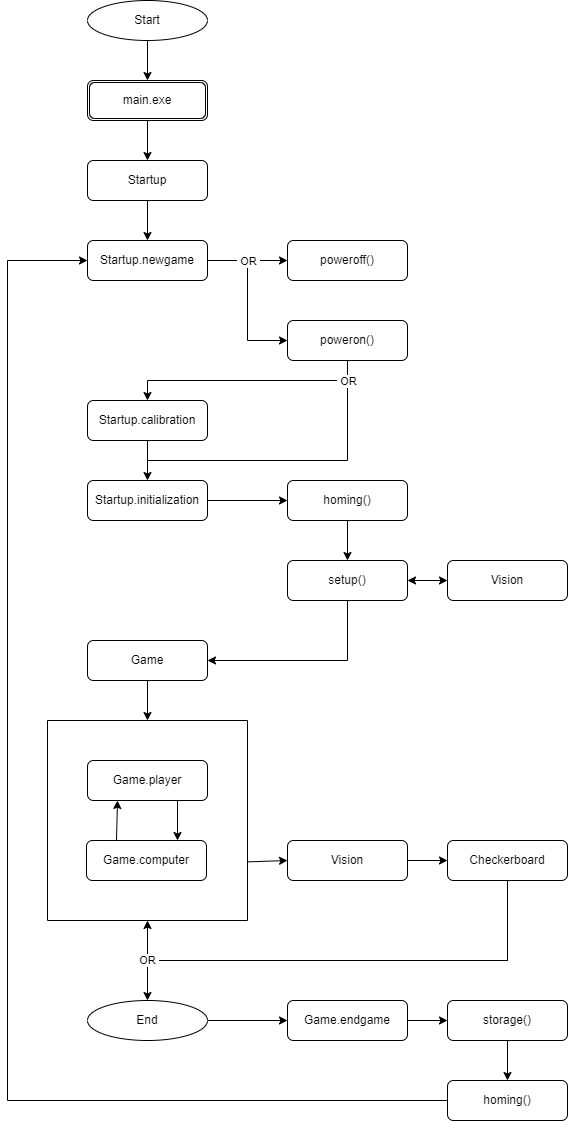
Above: flowchart_diagram_program_checkerboard.drawio.png in joriszuretti/python (draw.io), before the change. Source tidied: cells renumbered, new cells last; positions are measured from the earlier drawing's top-left corner, leaving out a move shared by most shapes.
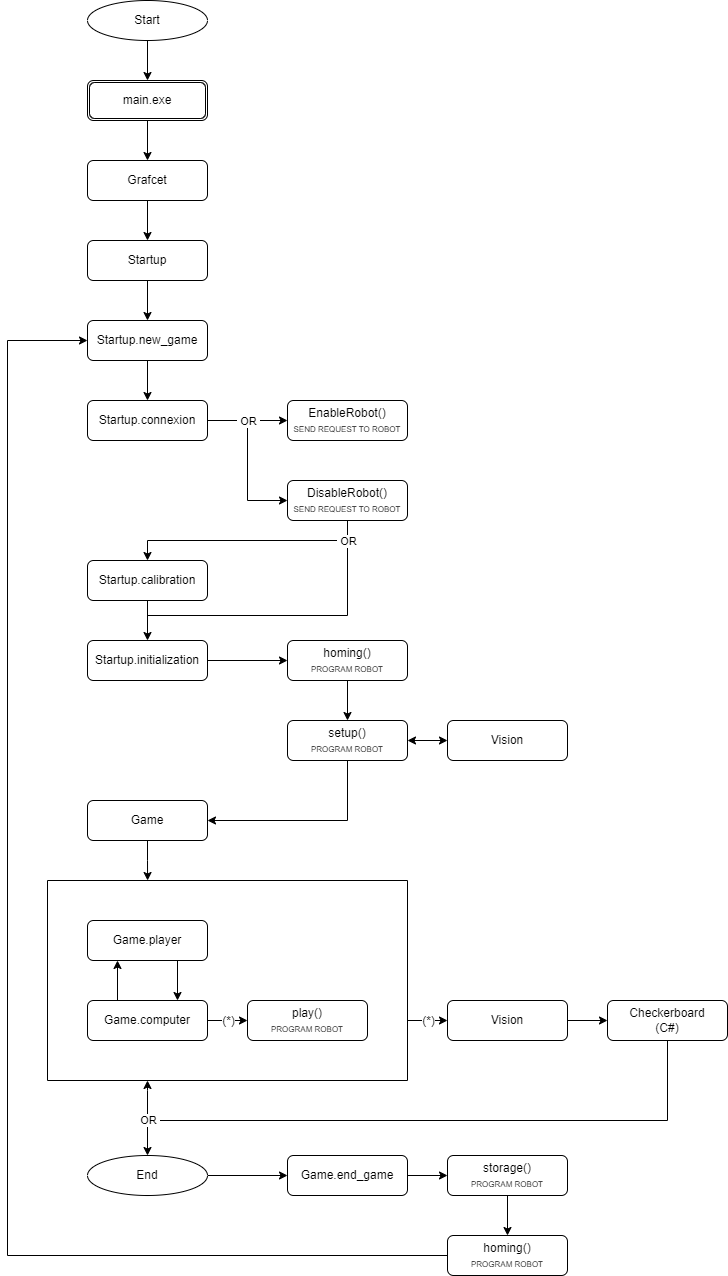
Later version of the same file.

What changed in the source:
```diff
@@ -4,10 +4,2 @@
     <mxCell id="1" parent="0" />
-    <mxCell id="2" style="edgeStyle=orthogonalEdgeStyle;rounded=0;jettySize=auto;html=1;exitX=0.5;exitY=1;exitDx=0;exitDy=0;entryX=0.5;entryY=0;entryDx=0;entryDy=0;endArrow=classic;endFill=1;" parent="1" edge="1" source="3">
-      <mxGeometry relative="1" as="geometry">
-        <mxPoint x="140" y="80" as="targetPoint" />
-      </mxGeometry>
-    </mxCell>
-    <mxCell id="3" value="Start" style="ellipse;whiteSpace=wrap;html=1;" parent="1" vertex="1">
-      <mxGeometry x="80" width="120" height="40" as="geometry" />
-    </mxCell>
     <mxCell id="4" style="edgeStyle=orthogonalEdgeStyle;rounded=0;jettySize=auto;html=1;exitX=0.5;exitY=1;exitDx=0;exitDy=0;entryX=0.5;entryY=0;entryDx=0;entryDy=0;endArrow=classic;endFill=1;" parent="1" edge="1" source="5" target="11">
@@ -18,12 +10,11 @@
     </mxCell>
-    <mxCell id="6" style="edgeStyle=orthogonalEdgeStyle;rounded=0;jettySize=auto;html=1;exitX=0.5;exitY=1;exitDx=0;exitDy=0;entryX=0.5;entryY=0;entryDx=0;entryDy=0;endArrow=classic;endFill=1;" parent="1" edge="1" source="7" target="5">
-      <mxGeometry relative="1" as="geometry" />
+    <mxCell id="6" style="edgeStyle=orthogonalEdgeStyle;rounded=0;jettySize=auto;html=1;exitX=0.5;exitY=1;exitDx=0;exitDy=0;entryX=0.5;entryY=0;entryDx=0;entryDy=0;endArrow=classic;endFill=1;" parent="1" edge="1" target="5">
+      <mxGeometry relative="1" as="geometry">
+        <mxPoint x="140" y="120" as="sourcePoint" />
+      </mxGeometry>
     </mxCell>
-    <mxCell id="7" value="main.exe" style="shape=ext;double=1;rounded=1;whiteSpace=wrap;html=1;" parent="1" vertex="1">
-      <mxGeometry x="80" y="80" width="120" height="40" as="geometry" />
-    </mxCell>
-    <mxCell id="8" style="edgeStyle=orthogonalEdgeStyle;rounded=0;jettySize=auto;html=1;exitX=1;exitY=0.5;exitDx=0;exitDy=0;entryX=0;entryY=0.5;entryDx=0;entryDy=0;endArrow=classic;endFill=1;" parent="1" edge="1" source="11" target="45">
+    <mxCell id="8" style="edgeStyle=orthogonalEdgeStyle;rounded=0;jettySize=auto;html=1;exitX=1;exitY=0.5;exitDx=0;exitDy=0;entryX=0;entryY=0.5;entryDx=0;entryDy=0;endArrow=classic;endFill=1;" parent="1" edge="1" source="55" target="45">
       <mxGeometry relative="1" as="geometry" />
     </mxCell>
-    <mxCell id="9" style="edgeStyle=orthogonalEdgeStyle;rounded=0;jettySize=auto;html=1;exitX=1;exitY=0.5;exitDx=0;exitDy=0;entryX=0;entryY=0.5;entryDx=0;entryDy=0;endArrow=classic;endFill=1;" parent="1" edge="1" source="11" target="49">
+    <mxCell id="9" style="edgeStyle=orthogonalEdgeStyle;rounded=0;jettySize=auto;html=1;exitX=1;exitY=0.5;exitDx=0;exitDy=0;entryX=0;entryY=0.5;entryDx=0;entryDy=0;endArrow=classic;endFill=1;" parent="1" edge="1" source="55" target="49">
       <mxGeometry relative="1" as="geometry" />
@@ -33,3 +24,3 @@
     </mxCell>
-    <mxCell id="11" value="Startup.newgame" style="rounded=1;whiteSpace=wrap;html=1;fontSize=12;glass=0;strokeWidth=1;shadow=0;" parent="1" vertex="1">
+    <mxCell id="11" value="Startup.new_game" style="rounded=1;whiteSpace=wrap;html=1;fontSize=12;glass=0;strokeWidth=1;shadow=0;" parent="1" vertex="1">
       <mxGeometry x="80" y="240" width="120" height="40" as="geometry" />
@@ -40,6 +31,6 @@
     <mxCell id="13" value="Startup.initialization" style="rounded=1;whiteSpace=wrap;html=1;fontSize=12;glass=0;strokeWidth=1;shadow=0;" parent="1" vertex="1">
-      <mxGeometry x="80" y="480" width="120" height="40" as="geometry" />
+      <mxGeometry x="80" y="560" width="120" height="40" as="geometry" />
     </mxCell>
     <mxCell id="14" value="Vision" style="rounded=1;whiteSpace=wrap;html=1;fontSize=12;glass=0;strokeWidth=1;shadow=0;" parent="1" vertex="1">
-      <mxGeometry x="440" y="560" width="120" height="40" as="geometry" />
+      <mxGeometry x="440" y="640" width="120" height="40" as="geometry" />
     </mxCell>
@@ -49,37 +40,43 @@
     <mxCell id="16" value="Startup.calibration" style="rounded=1;whiteSpace=wrap;html=1;fontSize=12;glass=0;strokeWidth=1;shadow=0;" parent="1" vertex="1">
-      <mxGeometry x="80" y="400" width="120" height="40" as="geometry" />
+      <mxGeometry x="80" y="480" width="120" height="40" as="geometry" />
     </mxCell>
-    <mxCell id="17" style="edgeStyle=orthogonalEdgeStyle;rounded=0;jettySize=auto;html=1;exitX=0.5;exitY=1;exitDx=0;exitDy=0;entryX=0.5;entryY=0;entryDx=0;entryDy=0;endArrow=classic;endFill=1;" parent="1" edge="1" source="18">
-      <mxGeometry relative="1" as="geometry">
-        <mxPoint x="140" y="720" as="targetPoint" />
-      </mxGeometry>
+    <mxCell id="17" style="edgeStyle=orthogonalEdgeStyle;rounded=0;jettySize=auto;html=1;exitX=0.5;exitY=1;exitDx=0;exitDy=0;entryX=0.278;entryY=0;entryDx=0;entryDy=0;endArrow=classic;endFill=1;entryPerimeter=0;" parent="1" edge="1" source="18" target="35">
+      <mxGeometry relative="1" as="geometry" />
     </mxCell>
     <mxCell id="18" value="Game" style="rounded=1;whiteSpace=wrap;html=1;fontSize=12;glass=0;strokeWidth=1;shadow=0;" parent="1" vertex="1">
-      <mxGeometry x="80" y="640" width="120" height="40" as="geometry" />
+      <mxGeometry x="80" y="720" width="120" height="40" as="geometry" />
     </mxCell>
-    <mxCell id="19" style="edgeStyle=orthogonalEdgeStyle;rounded=0;jettySize=auto;html=1;exitX=0.75;exitY=1;exitDx=0;exitDy=0;endArrow=classic;endFill=1;" parent="1" edge="1" source="20">
-      <mxGeometry relative="1" as="geometry">
-        <mxPoint x="170" y="840" as="targetPoint" />
-      </mxGeometry>
+    <mxCell id="19" style="edgeStyle=orthogonalEdgeStyle;rounded=0;jettySize=auto;html=1;exitX=0.75;exitY=1;exitDx=0;exitDy=0;endArrow=classic;endFill=1;entryX=0.75;entryY=0;entryDx=0;entryDy=0;" parent="1" edge="1" source="20" target="23">
+      <mxGeometry relative="1" as="geometry" />
     </mxCell>
     <mxCell id="20" value="Game.player" style="rounded=1;whiteSpace=wrap;html=1;fontSize=12;glass=0;strokeWidth=1;shadow=0;" parent="1" vertex="1">
-      <mxGeometry x="80" y="760" width="120" height="40" as="geometry" />
+      <mxGeometry x="80" y="840" width="120" height="40" as="geometry" />
     </mxCell>
+    <mxCell id="22" style="edgeStyle=orthogonalEdgeStyle;rounded=0;orthogonalLoop=1;jettySize=auto;html=1;exitX=1;exitY=0.724;exitDx=0;exitDy=0;entryX=0;entryY=0.5;entryDx=0;entryDy=0;endArrow=classic;endFill=1;exitPerimeter=0;" parent="1" edge="1">
+      <mxGeometry relative="1" as="geometry">
+        <mxPoint x="400" y="944.8" as="sourcePoint" />
+        <mxPoint x="440" y="940" as="targetPoint" />
+        <Array as="points">
+          <mxPoint x="400" y="940" />
+        </Array>
+      </mxGeometry>
+    </mxCell>
+    <mxCell id="50" value="(*)" style="edgeLabel;html=1;align=center;verticalAlign=middle;fontSize=12;" parent="22" vertex="1">
+      <mxGeometry x="-0.07" y="-1" relative="1" as="geometry">
+        <mxPoint x="4" y="-1" as="offset" />
+      </mxGeometry>
+    </mxCell>
-    <mxCell id="21" style="edgeStyle=orthogonalEdgeStyle;rounded=0;jettySize=auto;html=1;exitX=0.25;exitY=0;exitDx=0;exitDy=0;entryX=0.25;entryY=1;entryDx=0;entryDy=0;endArrow=classic;endFill=1;" parent="1" edge="1" source="23" target="20">
-      <mxGeometry relative="1" as="geometry">
-        <Array as="points">
-          <mxPoint x="110" y="840" />
-        </Array>
-      </mxGeometry>
+    <mxCell id="21" style="edgeStyle=orthogonalEdgeStyle;rounded=0;jettySize=auto;html=1;exitX=0.25;exitY=0;exitDx=0;exitDy=0;entryX=0.25;entryY=1;entryDx=0;entryDy=0;fontSize=8;" parent="1" edge="1" source="23" target="20">
+      <mxGeometry relative="1" as="geometry" />
     </mxCell>
-    <mxCell id="22" style="edgeStyle=orthogonalEdgeStyle;rounded=0;jettySize=auto;html=1;exitX=1;exitY=0.707;exitDx=0;exitDy=0;entryX=0;entryY=0.5;entryDx=0;entryDy=0;endArrow=classic;endFill=1;exitPerimeter=0;" parent="1" edge="1" target="25">
-      <mxGeometry relative="1" as="geometry">
-        <mxPoint x="240" y="861.4" as="sourcePoint" />
-        <Array as="points">
-          <mxPoint x="240" y="860" />
-        </Array>
-      </mxGeometry>
-    </mxCell>
+    <mxCell id="51" style="edgeStyle=orthogonalEdgeStyle;rounded=0;jettySize=auto;html=1;entryX=0;entryY=0.5;entryDx=0;entryDy=0;fontSize=8;startArrow=none;startFill=0;endArrow=classic;endFill=1;" parent="1" edge="1" source="23" target="54">
+      <mxGeometry relative="1" as="geometry" />
+    </mxCell>
+    <mxCell id="52" value="&lt;font style=&quot;font-size: 12px&quot;&gt;(*)&lt;/font&gt;" style="edgeLabel;html=1;align=center;verticalAlign=middle;fontSize=8;" parent="51" vertex="1">
+      <mxGeometry x="-0.27" relative="1" as="geometry">
+        <mxPoint x="5" as="offset" />
+      </mxGeometry>
+    </mxCell>
     <mxCell id="23" value="Game.computer" style="rounded=1;whiteSpace=wrap;html=1;fontSize=12;glass=0;strokeWidth=1;shadow=0;" parent="1" vertex="1">
-      <mxGeometry x="79" y="840" width="120" height="40" as="geometry" />
+      <mxGeometry x="80" y="920" width="120" height="40" as="geometry" />
     </mxCell>
@@ -89,12 +86,4 @@
     <mxCell id="25" value="Vision" style="rounded=1;whiteSpace=wrap;html=1;fontSize=12;glass=0;strokeWidth=1;shadow=0;" parent="1" vertex="1">
-      <mxGeometry x="280" y="840" width="120" height="40" as="geometry" />
+      <mxGeometry x="440" y="920" width="120" height="40" as="geometry" />
     </mxCell>
-    <mxCell id="26" style="edgeStyle=orthogonalEdgeStyle;rounded=0;jettySize=auto;html=1;exitX=0.5;exitY=1;exitDx=0;exitDy=0;entryX=0.5;entryY=1;entryDx=0;entryDy=0;endArrow=classic;endFill=1;" parent="1" edge="1" source="29" target="35">
-      <mxGeometry relative="1" as="geometry">
-        <Array as="points">
-          <mxPoint x="500" y="960" />
-          <mxPoint x="140" y="960" />
-        </Array>
-      </mxGeometry>
-    </mxCell>
     <mxCell id="27" style="edgeStyle=orthogonalEdgeStyle;rounded=0;jettySize=auto;html=1;exitX=0.5;exitY=1;exitDx=0;exitDy=0;entryX=0.5;entryY=0;entryDx=0;entryDy=0;endArrow=classic;endFill=1;" parent="1" edge="1" source="29" target="38">
@@ -102,4 +91,4 @@
         <Array as="points">
-          <mxPoint x="500" y="960" />
-          <mxPoint x="140" y="960" />
+          <mxPoint x="660" y="1040" />
+          <mxPoint x="140" y="1040" />
         </Array>
@@ -107,9 +96,4 @@
     </mxCell>
-    <mxCell id="28" value="&amp;nbsp;OR&amp;nbsp;" style="edgeLabel;html=1;align=center;verticalAlign=middle;" parent="27" vertex="1">
-      <mxGeometry x="0.83" y="1" relative="1" as="geometry">
-        <mxPoint x="-2" y="-2" as="offset" />
-      </mxGeometry>
-    </mxCell>
-    <mxCell id="29" value="Checkerboard" style="rounded=1;whiteSpace=wrap;html=1;fontSize=12;glass=0;strokeWidth=1;shadow=0;" parent="1" vertex="1">
-      <mxGeometry x="440" y="840" width="120" height="40" as="geometry" />
+    <mxCell id="29" value="Checkerboard&lt;br&gt;(C#)" style="rounded=1;whiteSpace=wrap;html=1;fontSize=12;glass=0;strokeWidth=1;shadow=0;" parent="1" vertex="1">
+      <mxGeometry x="600" y="920" width="120" height="40" as="geometry" />
     </mxCell>
@@ -118,4 +102,4 @@
     </mxCell>
-    <mxCell id="31" value="setup()" style="rounded=1;whiteSpace=wrap;html=1;fontSize=12;glass=0;strokeWidth=1;shadow=0;" parent="1" vertex="1">
-      <mxGeometry x="280" y="560" width="120" height="40" as="geometry" />
+    <mxCell id="31" value="setup()&lt;br&gt;&lt;span style=&quot;font-size: 8px&quot;&gt;PROGRAM ROBOT&lt;/span&gt;" style="rounded=1;whiteSpace=wrap;html=1;fontSize=12;glass=0;strokeWidth=1;shadow=0;" parent="1" vertex="1">
+      <mxGeometry x="280" y="640" width="120" height="40" as="geometry" />
     </mxCell>
@@ -124,4 +108,4 @@
     </mxCell>
-    <mxCell id="33" value="homing()" style="rounded=1;whiteSpace=wrap;html=1;fontSize=12;glass=0;strokeWidth=1;shadow=0;" parent="1" vertex="1">
-      <mxGeometry x="280" y="480" width="120" height="40" as="geometry" />
+    <mxCell id="33" value="homing()&lt;br&gt;&lt;span style=&quot;font-size: 8px&quot;&gt;PROGRAM ROBOT&lt;/span&gt;" style="rounded=1;whiteSpace=wrap;html=1;fontSize=12;glass=0;strokeWidth=1;shadow=0;" parent="1" vertex="1">
+      <mxGeometry x="280" y="560" width="120" height="40" as="geometry" />
     </mxCell>
@@ -130,9 +114,21 @@
     </mxCell>
+    <mxCell id="53" style="edgeStyle=orthogonalEdgeStyle;rounded=0;jettySize=auto;html=1;fontSize=12;startArrow=classic;startFill=1;endArrow=none;endFill=0;" parent="1" edge="1" source="35">
+      <mxGeometry relative="1" as="geometry">
+        <mxPoint x="140" y="1040" as="targetPoint" />
+        <Array as="points">
+          <mxPoint x="140" y="1010" />
+          <mxPoint x="140" y="1010" />
+        </Array>
+      </mxGeometry>
+    </mxCell>
     <mxCell id="35" style="swimlane;startSize=0;" parent="1" vertex="1">
-      <mxGeometry x="40" y="720" width="200" height="200" as="geometry" />
+      <mxGeometry x="40" y="800" width="360" height="200" as="geometry" />
     </mxCell>
+    <mxCell id="54" value="play()&lt;br&gt;&lt;span style=&quot;font-size: 8px&quot;&gt;PROGRAM ROBOT&lt;/span&gt;" style="rounded=1;whiteSpace=wrap;html=1;fontSize=12;glass=0;strokeWidth=1;shadow=0;" parent="35" vertex="1">
+      <mxGeometry x="200" y="120" width="120" height="40" as="geometry" />
+    </mxCell>
     <mxCell id="36" style="edgeStyle=orthogonalEdgeStyle;rounded=0;orthogonalLoop=1;jettySize=auto;html=1;exitX=0.5;exitY=1;exitDx=0;exitDy=0;endArrow=classic;endFill=1;" parent="1" edge="1">
       <mxGeometry relative="1" as="geometry">
-        <mxPoint x="140" y="920" as="sourcePoint" />
-        <mxPoint x="140" y="920" as="targetPoint" />
+        <mxPoint x="140" y="995" as="sourcePoint" />
+        <mxPoint x="140" y="995" as="targetPoint" />
       </mxGeometry>
@@ -143,3 +139,3 @@
     <mxCell id="38" value="End" style="ellipse;whiteSpace=wrap;html=1;" parent="1" vertex="1">
-      <mxGeometry x="80" y="1000" width="120" height="40" as="geometry" />
+      <mxGeometry x="80" y="1075" width="120" height="40" as="geometry" />
     </mxCell>
@@ -148,4 +144,4 @@
     </mxCell>
-    <mxCell id="40" value="storage()" style="rounded=1;whiteSpace=wrap;html=1;fontSize=12;glass=0;strokeWidth=1;shadow=0;" parent="1" vertex="1">
-      <mxGeometry x="440" y="1000" width="120" height="40" as="geometry" />
+    <mxCell id="40" value="storage()&lt;br&gt;&lt;span style=&quot;font-size: 8px&quot;&gt;PROGRAM ROBOT&lt;/span&gt;" style="rounded=1;whiteSpace=wrap;html=1;fontSize=12;glass=0;strokeWidth=1;shadow=0;" parent="1" vertex="1">
+      <mxGeometry x="440" y="1075" width="120" height="40" as="geometry" />
     </mxCell>
@@ -154,3 +150,3 @@
         <Array as="points">
-          <mxPoint y="1100" />
+          <mxPoint y="1175" />
           <mxPoint y="260" />
@@ -159,4 +155,4 @@
     </mxCell>
-    <mxCell id="42" value="homing()" style="rounded=1;whiteSpace=wrap;html=1;fontSize=12;glass=0;strokeWidth=1;shadow=0;" parent="1" vertex="1">
-      <mxGeometry x="440" y="1080" width="120" height="40" as="geometry" />
+    <mxCell id="42" value="homing()&lt;br&gt;&lt;span style=&quot;font-size: 8px&quot;&gt;PROGRAM ROBOT&lt;/span&gt;" style="rounded=1;whiteSpace=wrap;html=1;fontSize=12;glass=0;strokeWidth=1;shadow=0;" parent="1" vertex="1">
+      <mxGeometry x="440" y="1155" width="120" height="40" as="geometry" />
     </mxCell>
@@ -165,16 +161,22 @@
     </mxCell>
-    <mxCell id="44" value="Game.endgame" style="rounded=1;whiteSpace=wrap;html=1;fontSize=12;glass=0;strokeWidth=1;shadow=0;" parent="1" vertex="1">
-      <mxGeometry x="280" y="1000" width="120" height="40" as="geometry" />
+    <mxCell id="44" value="Game.end_game" style="rounded=1;whiteSpace=wrap;html=1;fontSize=12;glass=0;strokeWidth=1;shadow=0;" parent="1" vertex="1">
+      <mxGeometry x="280" y="1075" width="120" height="40" as="geometry" />
     </mxCell>
-    <mxCell id="45" value="poweroff()" style="rounded=1;whiteSpace=wrap;html=1;fontSize=12;glass=0;strokeWidth=1;shadow=0;" parent="1" vertex="1">
-      <mxGeometry x="280" y="240" width="120" height="40" as="geometry" />
+    <mxCell id="45" value="EnableRobot()&lt;br&gt;&lt;font style=&quot;font-size: 8px&quot;&gt;SEND REQUEST TO ROBOT&lt;/font&gt;" style="rounded=1;whiteSpace=wrap;html=1;fontSize=12;glass=0;strokeWidth=1;shadow=0;" parent="1" vertex="1">
+      <mxGeometry x="280" y="320" width="120" height="40" as="geometry" />
     </mxCell>
     <mxCell id="46" style="edgeStyle=orthogonalEdgeStyle;rounded=0;jettySize=auto;html=1;exitX=0.5;exitY=1;exitDx=0;exitDy=0;entryX=0.5;entryY=0;entryDx=0;entryDy=0;endArrow=classic;endFill=1;" parent="1" edge="1" source="49" target="16">
-      <mxGeometry relative="1" as="geometry" />
+      <mxGeometry relative="1" as="geometry">
+        <Array as="points">
+          <mxPoint x="340" y="460" />
+          <mxPoint x="140" y="460" />
+        </Array>
+      </mxGeometry>
     </mxCell>
-    <mxCell id="47" style="edgeStyle=orthogonalEdgeStyle;rounded=0;jettySize=auto;html=1;exitX=0.5;exitY=1;exitDx=0;exitDy=0;endArrow=none;endFill=0;" parent="1" edge="1" source="49">
+    <mxCell id="47" style="edgeStyle=orthogonalEdgeStyle;rounded=0;orthogonalLoop=1;jettySize=auto;html=1;exitX=0.5;exitY=1;exitDx=0;exitDy=0;endArrow=none;endFill=0;" parent="1" edge="1">
       <mxGeometry relative="1" as="geometry">
-        <mxPoint x="140" y="460" as="targetPoint" />
+        <mxPoint x="340" y="435" as="sourcePoint" />
+        <mxPoint x="140" y="535" as="targetPoint" />
         <Array as="points">
-          <mxPoint x="340" y="460" />
+          <mxPoint x="340" y="535" />
         </Array>
@@ -184,8 +186,34 @@
       <mxGeometry x="-0.85" relative="1" as="geometry">
-        <mxPoint y="-3" as="offset" />
+        <mxPoint y="2" as="offset" />
       </mxGeometry>
     </mxCell>
-    <mxCell id="49" value="poweron()" style="rounded=1;whiteSpace=wrap;html=1;fontSize=12;glass=0;strokeWidth=1;shadow=0;" parent="1" vertex="1">
-      <mxGeometry x="280" y="320" width="120" height="40" as="geometry" />
+    <mxCell id="49" value="DisableRobot()&lt;br&gt;&lt;span style=&quot;font-size: 8px&quot;&gt;SEND REQUEST TO ROBOT&lt;/span&gt;" style="rounded=1;whiteSpace=wrap;html=1;fontSize=12;glass=0;strokeWidth=1;shadow=0;" parent="1" vertex="1">
+      <mxGeometry x="280" y="400" width="120" height="40" as="geometry" />
     </mxCell>
+    <mxCell id="55" value="Startup.connexion" style="rounded=1;whiteSpace=wrap;html=1;fontSize=12;glass=0;strokeWidth=1;shadow=0;" parent="1" vertex="1">
+      <mxGeometry x="80" y="320" width="120" height="40" as="geometry" />
+    </mxCell>
+    <mxCell id="56" style="edgeStyle=orthogonalEdgeStyle;rounded=0;jettySize=auto;html=1;exitX=0.5;exitY=1;exitDx=0;exitDy=0;entryX=0.5;entryY=0;entryDx=0;entryDy=0;endArrow=classic;endFill=1;" parent="1" edge="1" source="11" target="55">
+      <mxGeometry relative="1" as="geometry" />
+    </mxCell>
+    <mxCell id="57" style="edgeStyle=orthogonalEdgeStyle;rounded=0;jettySize=auto;html=1;exitX=0.5;exitY=1;exitDx=0;exitDy=0;entryX=0.5;entryY=0;entryDx=0;entryDy=0;endArrow=classic;endFill=1;" parent="1" edge="1" source="3">
+      <mxGeometry relative="1" as="geometry">
+        <mxPoint x="140" as="targetPoint" />
+      </mxGeometry>
+    </mxCell>
+    <mxCell id="3" value="Start" style="ellipse;whiteSpace=wrap;html=1;" parent="1" vertex="1">
+      <mxGeometry x="80" y="-80" width="120" height="40" as="geometry" />
+    </mxCell>
+    <mxCell id="58" style="edgeStyle=orthogonalEdgeStyle;rounded=0;jettySize=auto;html=1;exitX=0.5;exitY=1;exitDx=0;exitDy=0;entryX=0.5;entryY=0;entryDx=0;entryDy=0;fontSize=8;" parent="1" edge="1" source="7" target="59">
+      <mxGeometry relative="1" as="geometry" />
+    </mxCell>
+    <mxCell id="7" value="main.exe" style="shape=ext;double=1;rounded=1;whiteSpace=wrap;html=1;" parent="1" vertex="1">
+      <mxGeometry x="80" width="120" height="40" as="geometry" />
+    </mxCell>
+    <mxCell id="59" value="Grafcet" style="rounded=1;whiteSpace=wrap;html=1;fontSize=12;glass=0;strokeWidth=1;shadow=0;" parent="1" vertex="1">
+      <mxGeometry x="80" y="80" width="120" height="40" as="geometry" />
+    </mxCell>
+    <mxCell id="28" value="&amp;nbsp;OR&amp;nbsp;" style="edgeLabel;html=1;align=center;verticalAlign=middle;" parent="1" vertex="1">
+      <mxGeometry x="140" y="1039" as="geometry" />
+    </mxCell>
   </root>
```
